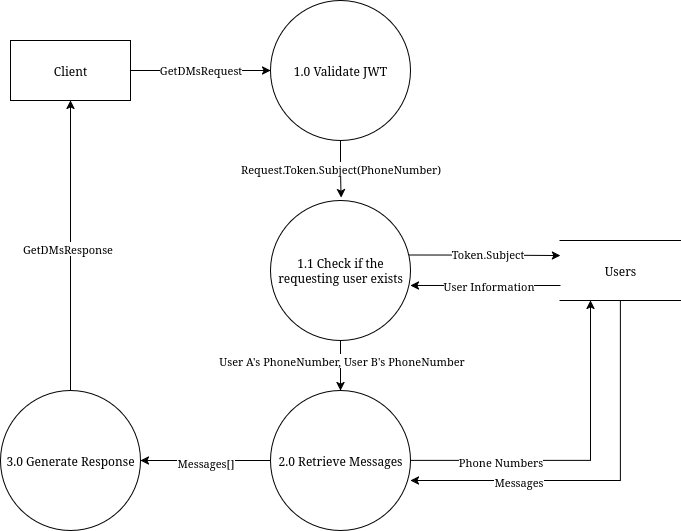
This is doc/assets/GetDMsProcedure.png from vl0000/gomessenger, a draw.io export, as it was before one commit. Source tidied: cells renumbered, new cells last; positions are measured from the earlier drawing's top-left corner, leaving out a move shared by most shapes. Source of this version:
```xml
<mxGraphModel>
  <root>
    <mxCell id="0" />
    <mxCell id="1" parent="0" />
    <mxCell id="2" style="edgeStyle=orthogonalEdgeStyle;rounded=0;jettySize=auto;html=1;" parent="1" edge="1" source="4" target="5">
      <mxGeometry relative="1" as="geometry" />
    </mxCell>
    <mxCell id="3" value="GetDMsRequest" style="edgeLabel;html=1;align=center;verticalAlign=middle;" parent="2" vertex="1">
      <mxGeometry x="-0.02" y="2" relative="1" as="geometry" />
    </mxCell>
    <mxCell id="4" value="&lt;div&gt;Client&lt;/div&gt;" style="rounded=0;whiteSpace=wrap;html=1;" parent="1" vertex="1">
      <mxGeometry x="10" y="40" width="120" height="60" as="geometry" />
    </mxCell>
    <mxCell id="5" value="1.0 Validate JWT" style="ellipse;whiteSpace=wrap;html=1;rounded=0;" parent="1" vertex="1">
      <mxGeometry x="270" width="140" height="140" as="geometry" />
    </mxCell>
    <mxCell id="6" value="Users" style="html=1;dashed=0;whiteSpace=wrap;shape=partialRectangle;right=0;left=0;" parent="1" vertex="1">
      <mxGeometry x="560" y="240" width="120" height="60" as="geometry" />
    </mxCell>
    <mxCell id="7" style="edgeStyle=orthogonalEdgeStyle;rounded=0;jettySize=auto;html=1;exitX=0.5;exitY=1;exitDx=0;exitDy=0;entryX=0.5;entryY=0;entryDx=0;entryDy=0;" parent="1" edge="1" source="11" target="16">
      <mxGeometry relative="1" as="geometry" />
    </mxCell>
    <mxCell id="8" value="User A's PhoneNumber, User B's PhoneNumber" style="edgeLabel;html=1;align=center;verticalAlign=middle;" parent="7" vertex="1">
      <mxGeometry x="-0.23" relative="1" as="geometry" />
    </mxCell>
    <mxCell id="9" style="edgeStyle=orthogonalEdgeStyle;rounded=0;jettySize=auto;html=1;exitX=0.987;exitY=0.389;exitDx=0;exitDy=0;entryX=0;entryY=0.25;entryDx=0;entryDy=0;exitPerimeter=0;" parent="1" edge="1" source="11" target="6">
      <mxGeometry relative="1" as="geometry" />
    </mxCell>
    <mxCell id="10" value="Token.Subject" style="edgeLabel;html=1;align=center;verticalAlign=middle;" parent="9" vertex="1">
      <mxGeometry x="0.04" y="3" relative="1" as="geometry" />
    </mxCell>
    <mxCell id="11" value="&lt;div&gt;1.1 Check if the requesting user exists&lt;/div&gt;" style="ellipse;whiteSpace=wrap;html=1;rounded=0;" parent="1" vertex="1">
      <mxGeometry x="270" y="200" width="140" height="140" as="geometry" />
    </mxCell>
    <mxCell id="12" style="edgeStyle=orthogonalEdgeStyle;rounded=0;jettySize=auto;html=1;entryX=0.25;entryY=1;entryDx=0;entryDy=0;" parent="1" edge="1" source="16" target="6">
      <mxGeometry relative="1" as="geometry" />
    </mxCell>
    <mxCell id="13" value="Phone Numbers" style="edgeLabel;html=1;align=center;verticalAlign=middle;" parent="12" vertex="1">
      <mxGeometry x="-0.48" relative="1" as="geometry" />
    </mxCell>
    <mxCell id="14" style="edgeStyle=orthogonalEdgeStyle;rounded=0;jettySize=auto;html=1;exitX=0;exitY=0.5;exitDx=0;exitDy=0;entryX=1;entryY=0.5;entryDx=0;entryDy=0;" parent="1" edge="1" source="16" target="19">
      <mxGeometry relative="1" as="geometry" />
    </mxCell>
    <mxCell id="15" value="Messages[]" style="edgeLabel;html=1;align=center;verticalAlign=middle;" parent="14" vertex="1">
      <mxGeometry x="0.02" y="1" relative="1" as="geometry" />
    </mxCell>
    <mxCell id="16" value="2.0 Retrieve Messages" style="ellipse;whiteSpace=wrap;html=1;rounded=0;" parent="1" vertex="1">
      <mxGeometry x="270" y="390" width="140" height="140" as="geometry" />
    </mxCell>
    <mxCell id="17" style="edgeStyle=orthogonalEdgeStyle;rounded=0;jettySize=auto;html=1;exitX=0.5;exitY=0;exitDx=0;exitDy=0;entryX=0.5;entryY=1;entryDx=0;entryDy=0;" parent="1" edge="1" source="19" target="4">
      <mxGeometry relative="1" as="geometry" />
    </mxCell>
    <mxCell id="18" value="GetDMsResponse" style="edgeLabel;html=1;align=center;verticalAlign=middle;" parent="17" vertex="1">
      <mxGeometry x="-0.01" y="4" relative="1" as="geometry" />
    </mxCell>
    <mxCell id="19" value="3.0 Generate Response" style="ellipse;whiteSpace=wrap;html=1;rounded=0;" parent="1" vertex="1">
      <mxGeometry y="390" width="140" height="140" as="geometry" />
    </mxCell>
    <mxCell id="20" style="edgeStyle=orthogonalEdgeStyle;rounded=0;jettySize=auto;html=1;exitX=0.5;exitY=1;exitDx=0;exitDy=0;entryX=0.504;entryY=-0.02;entryDx=0;entryDy=0;entryPerimeter=0;" parent="1" edge="1" source="5" target="11">
      <mxGeometry relative="1" as="geometry" />
    </mxCell>
    <mxCell id="21" value="&lt;div&gt;Request.Token.Subject(PhoneNumber)&lt;/div&gt;" style="edgeLabel;html=1;align=center;verticalAlign=middle;" parent="20" vertex="1">
      <mxGeometry x="-0.08" y="-1" relative="1" as="geometry" />
    </mxCell>
    <mxCell id="22" style="edgeStyle=orthogonalEdgeStyle;rounded=0;jettySize=auto;html=1;exitX=0;exitY=0.75;exitDx=0;exitDy=0;entryX=1;entryY=0.607;entryDx=0;entryDy=0;entryPerimeter=0;" parent="1" edge="1" source="6" target="11">
      <mxGeometry relative="1" as="geometry" />
    </mxCell>
    <mxCell id="23" value="User Information" style="edgeLabel;html=1;align=center;verticalAlign=middle;" parent="22" vertex="1">
      <mxGeometry x="-0.03" relative="1" as="geometry" />
    </mxCell>
    <mxCell id="24" style="edgeStyle=orthogonalEdgeStyle;rounded=0;jettySize=auto;html=1;exitX=0.5;exitY=1;exitDx=0;exitDy=0;entryX=1;entryY=0.643;entryDx=0;entryDy=0;entryPerimeter=0;" parent="1" edge="1" source="6" target="16">
      <mxGeometry relative="1" as="geometry" />
    </mxCell>
    <mxCell id="25" value="Messages" style="edgeLabel;html=1;align=center;verticalAlign=middle;" parent="24" vertex="1">
      <mxGeometry x="0.45" relative="1" as="geometry" />
    </mxCell>
  </root>
</mxGraphModel>
```
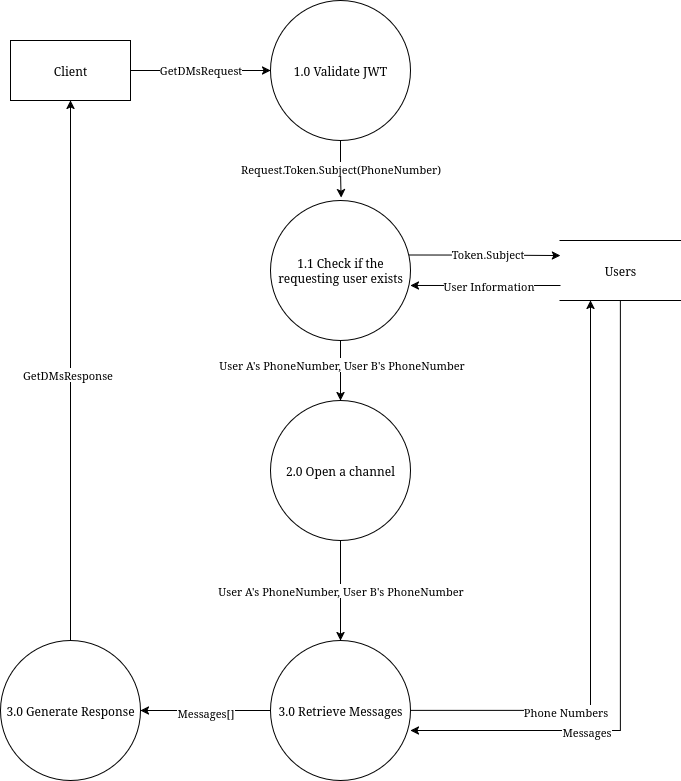
After the commit.

The edit, as a diff of the source:
```diff
@@ -17,7 +17,7 @@
     <mxCell id="6" value="Users" style="html=1;dashed=0;whiteSpace=wrap;shape=partialRectangle;right=0;left=0;" parent="1" vertex="1">
       <mxGeometry x="560" y="240" width="120" height="60" as="geometry" />
     </mxCell>
-    <mxCell id="7" style="edgeStyle=orthogonalEdgeStyle;rounded=0;jettySize=auto;html=1;exitX=0.5;exitY=1;exitDx=0;exitDy=0;entryX=0.5;entryY=0;entryDx=0;entryDy=0;" parent="1" edge="1" source="11" target="16">
+    <mxCell id="7" style="edgeStyle=orthogonalEdgeStyle;rounded=0;jettySize=auto;html=1;exitX=0.5;exitY=1;exitDx=0;exitDy=0;entryX=0.5;entryY=1;entryDx=0;entryDy=0;" parent="1" edge="1" source="11" target="28">
       <mxGeometry relative="1" as="geometry" />
     </mxCell>
     <mxCell id="8" value="User A's PhoneNumber, User B's PhoneNumber" style="edgeLabel;html=1;align=center;verticalAlign=middle;" parent="7" vertex="1">
@@ -44,8 +44,8 @@
     <mxCell id="15" value="Messages[]" style="edgeLabel;html=1;align=center;verticalAlign=middle;" parent="14" vertex="1">
       <mxGeometry x="0.02" y="1" relative="1" as="geometry" />
     </mxCell>
-    <mxCell id="16" value="2.0 Retrieve Messages" style="ellipse;whiteSpace=wrap;html=1;rounded=0;" parent="1" vertex="1">
-      <mxGeometry x="270" y="390" width="140" height="140" as="geometry" />
+    <mxCell id="16" value="3.0 Retrieve Messages" style="ellipse;whiteSpace=wrap;html=1;rounded=0;" parent="1" vertex="1">
+      <mxGeometry x="270" y="640" width="140" height="140" as="geometry" />
     </mxCell>
     <mxCell id="17" style="edgeStyle=orthogonalEdgeStyle;rounded=0;jettySize=auto;html=1;exitX=0.5;exitY=0;exitDx=0;exitDy=0;entryX=0.5;entryY=1;entryDx=0;entryDy=0;" parent="1" edge="1" source="19" target="4">
       <mxGeometry relative="1" as="geometry" />
@@ -54,7 +54,7 @@
       <mxGeometry x="-0.01" y="4" relative="1" as="geometry" />
     </mxCell>
     <mxCell id="19" value="3.0 Generate Response" style="ellipse;whiteSpace=wrap;html=1;rounded=0;" parent="1" vertex="1">
-      <mxGeometry y="390" width="140" height="140" as="geometry" />
+      <mxGeometry y="640" width="140" height="140" as="geometry" />
     </mxCell>
     <mxCell id="20" style="edgeStyle=orthogonalEdgeStyle;rounded=0;jettySize=auto;html=1;exitX=0.5;exitY=1;exitDx=0;exitDy=0;entryX=0.504;entryY=-0.02;entryDx=0;entryDy=0;entryPerimeter=0;" parent="1" edge="1" source="5" target="11">
       <mxGeometry relative="1" as="geometry" />
@@ -74,5 +74,14 @@
     <mxCell id="25" value="Messages" style="edgeLabel;html=1;align=center;verticalAlign=middle;" parent="24" vertex="1">
       <mxGeometry x="0.45" relative="1" as="geometry" />
     </mxCell>
+    <mxCell id="26" style="edgeStyle=orthogonalEdgeStyle;rounded=0;jettySize=auto;html=1;entryX=0.5;entryY=0;entryDx=0;entryDy=0;" parent="1" edge="1" source="28" target="16">
+      <mxGeometry relative="1" as="geometry" />
+    </mxCell>
+    <mxCell id="27" value="User A's PhoneNumber, User B's PhoneNumber" style="edgeLabel;html=1;align=center;verticalAlign=middle;" parent="26" vertex="1">
+      <mxGeometry x="-0.02" y="-1" relative="1" as="geometry" />
+    </mxCell>
+    <mxCell id="28" value="2.0 Open a channel" style="ellipse;whiteSpace=wrap;html=1;rounded=0;direction=west;" parent="1" vertex="1">
+      <mxGeometry x="270" y="400" width="140" height="140" as="geometry" />
+    </mxCell>
   </root>
 </mxGraphModel>
```
